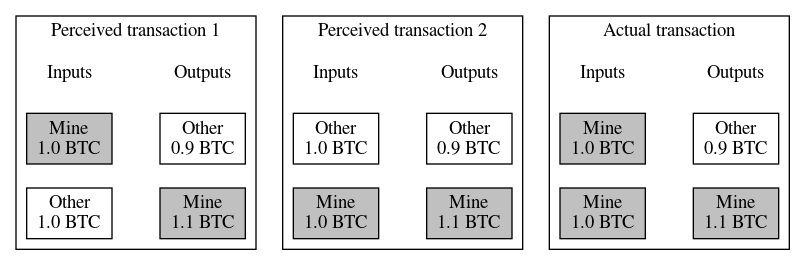
Above: img/posts/2020-05-fake-coinjoin-trick-hardware-wallet.dot.png in bitcoinops/bitcoinops.github.io (Graphviz), before the change. Its source is kept beside it as img/posts/2020-05-fake-coinjoin-trick-hardware-wallet.dot.
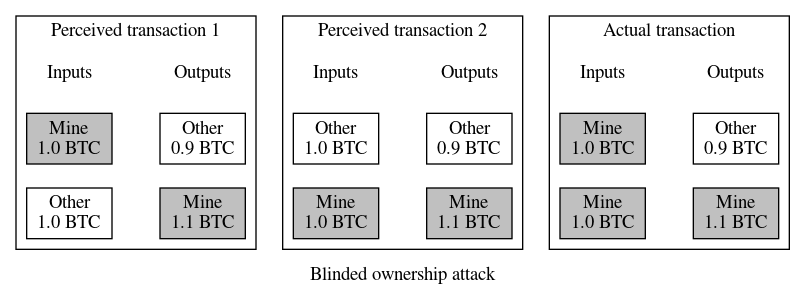
The same file after the commit.

Commit message:
News97: add label to illustration of attack

Change to the diagram source:
```diff
@@ -52,4 +52,6 @@
 }
 
 fake1_in_label -> fake1_out_label -> fake2_in_label -> fake2_out_label -> actual_in_label -> actual_out_label;
+
+label = "Blinded ownership attack"
 }
```
